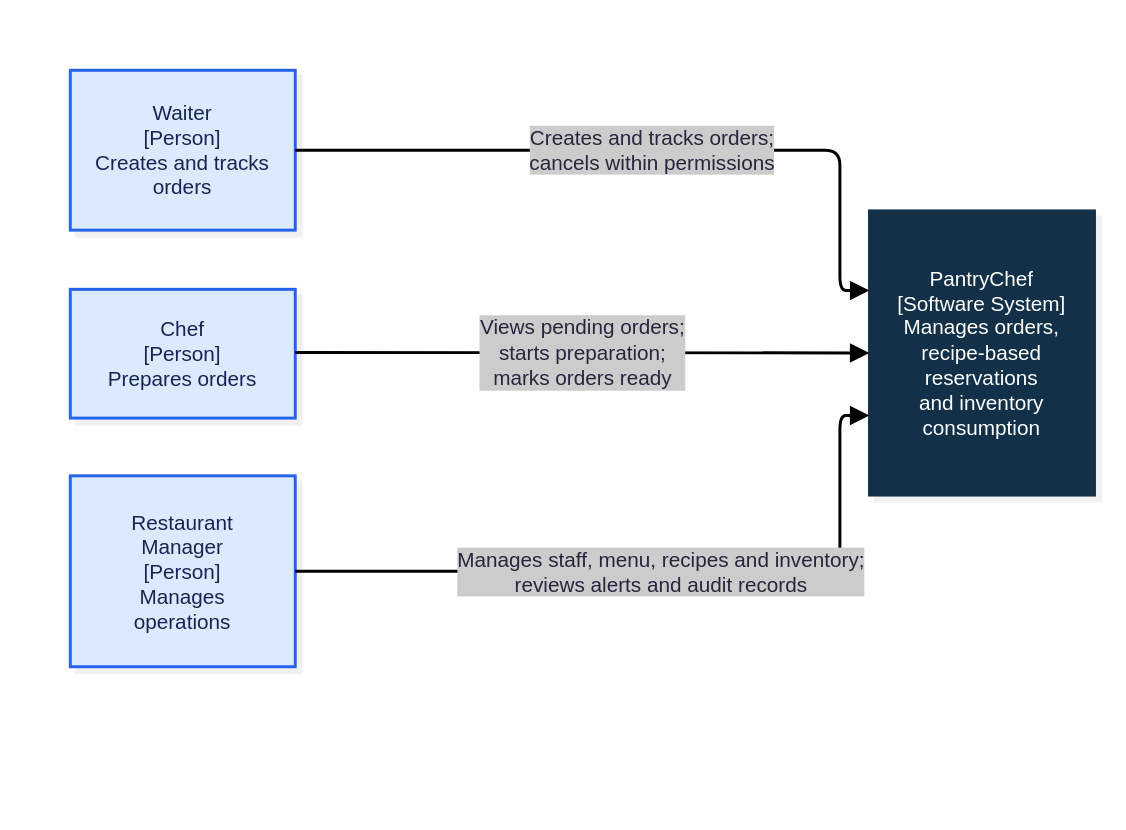
seng321-7th-team/PantryChef keeps this draw.io diagram as page "1 - Context" (1 of 3) of docs/architecture/c4/PantryChef_C4.drawio. Above is the earlier version. Source tidied: cells renumbered, new cells numbered last; positions are measured from the earlier drawing's top-left corner, leaving out a move shared by most shapes. Both pictures are drawn from the tidied source at 148%, with x=0, y=0 at pixel (25, 25).
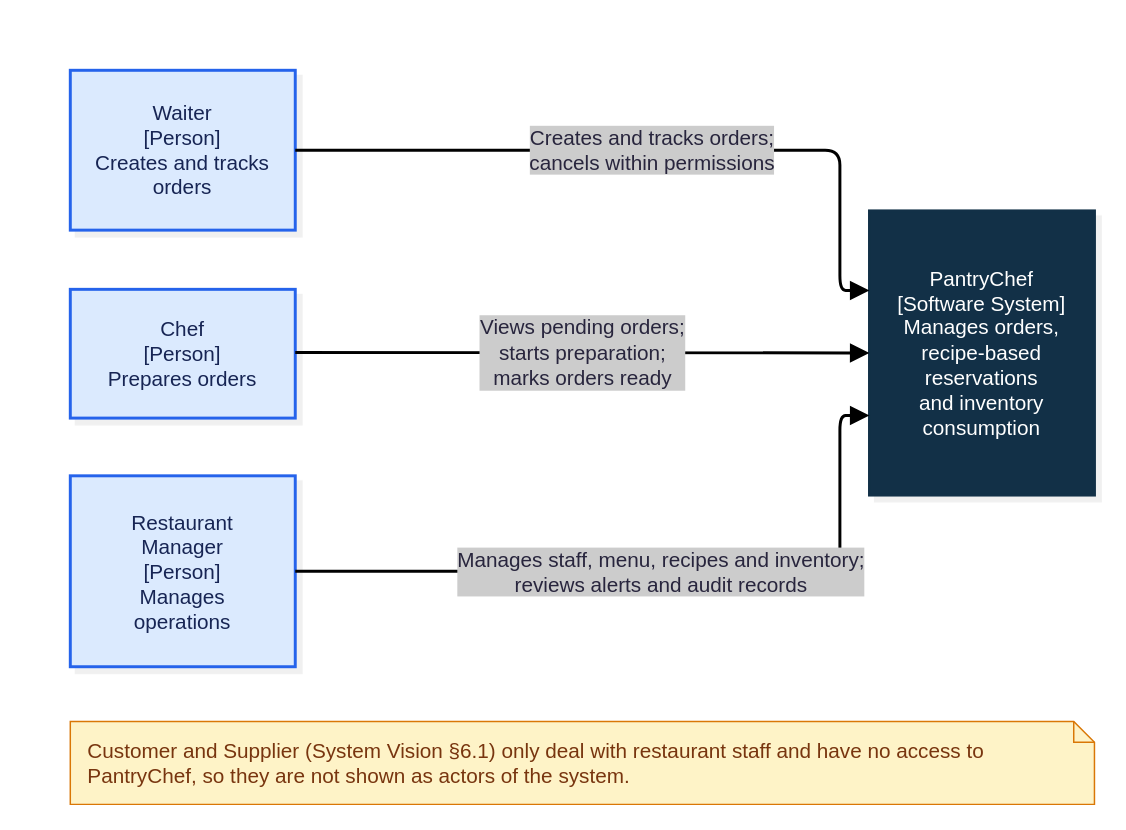
Above is the later version.

Diff of the diagram source:
```diff
@@
 <mxGraphModel>
   <root>
     <mxCell id="0" />
     <mxCell id="1" parent="0" />
     <mxCell id="2" style="group;transparentBounds=1;editIcon=1;lockedGroup=0;groupPadding=10;" parent="1" vertex="1">
       <mxGeometry as="geometry" />
     </mxCell>
     <mxCell id="3" value="Waiter&#10;[Person]&#10;Creates and tracks orders" style="html=1;whiteSpace=wrap;strokeWidth=2;fillColor=#dbeafe;strokeColor=#2563eb;fontColor=#172554;fontFamily=Recursive;fontSize=14;shadow=1;shadowColor=#000000;shadowOffsetX=4;shadowOffsetY=4;shadowBlur=0;shadowOpacity=6;labelWidth=120;" parent="2" vertex="1">
       <mxGeometry x="30" y="30" width="152" height="108" as="geometry" />
     </mxCell>
     <mxCell id="4" value="Chef&#10;[Person]&#10;Prepares orders" style="html=1;whiteSpace=wrap;strokeWidth=2;fillColor=#dbeafe;strokeColor=#2563eb;fontColor=#172554;fontFamily=Recursive;fontSize=14;shadow=1;shadowColor=#000000;shadowOffsetX=4;shadowOffsetY=4;shadowBlur=0;shadowOpacity=6;labelWidth=120;" parent="2" vertex="1">
       <mxGeometry x="30" y="178" width="152" height="87" as="geometry" />
     </mxCell>
     <mxCell id="5" value="Restaurant Manager&#10;[Person]&#10;Manages operations" style="html=1;whiteSpace=wrap;strokeWidth=2;fillColor=#dbeafe;strokeColor=#2563eb;fontColor=#172554;fontFamily=Recursive;fontSize=14;shadow=1;shadowColor=#000000;shadowOffsetX=4;shadowOffsetY=4;shadowBlur=0;shadowOpacity=6;labelWidth=120;" parent="2" vertex="1">
       <mxGeometry x="30" y="304" width="152" height="129" as="geometry" />
     </mxCell>
     <mxCell id="6" value="PantryChef&#10;[Software System]&#10;Manages orders, recipe-based reservations&#10;and inventory consumption" style="html=1;whiteSpace=wrap;strokeWidth=2;fillColor=#123047;strokeColor=#123047;fontColor=#ffffff;fontFamily=Recursive;fontSize=14;shadow=1;shadowColor=#000000;shadowOffsetX=4;shadowOffsetY=4;shadowBlur=0;shadowOpacity=6;labelWidth=120;" parent="2" vertex="1">
       <mxGeometry x="570" y="125" width="152" height="192" as="geometry" />
     </mxCell>
     <mxCell id="7" value="Creates and tracks orders;&#10;cancels within permissions" style="edgeStyle=orthogonalEdgeStyle;rounded=1;curved=0;startArrow=none;endArrow=block;endSize=8;jumpStyle=arc;jumpSize=12;strokeColor=#000000;html=1;fontSize=14;labelBackgroundColor=#cccccc;fontFamily=Recursive;fontColor=#28253D;exitX=1;exitY=0.5;entryX=0;entryY=0.28;strokeWidth=2;targetPerimeterSpacing=4;" parent="2" edge="1" source="3" target="6">
       <mxGeometry relative="1" as="geometry">
         <Array as="points">
           <mxPoint x="550" y="84" />
           <mxPoint x="550" y="178" />
         </Array>
       </mxGeometry>
     </mxCell>
     <mxCell id="8" value="Views pending orders;&#10;starts preparation;&#10;marks orders ready" style="edgeStyle=orthogonalEdgeStyle;rounded=1;curved=0;startArrow=none;endArrow=block;endSize=8;jumpStyle=arc;jumpSize=12;strokeColor=#000000;html=1;fontSize=14;labelBackgroundColor=#cccccc;fontFamily=Recursive;fontColor=#28253D;exitX=1;exitY=0.49;entryX=0;entryY=0.5;strokeWidth=2;targetPerimeterSpacing=4;" parent="2" edge="1" source="4" target="6">
       <mxGeometry relative="1" as="geometry" />
     </mxCell>
     <mxCell id="9" value="Manages staff, menu, recipes and inventory;&#10;reviews alerts and audit records" style="edgeStyle=orthogonalEdgeStyle;rounded=1;curved=0;startArrow=none;endArrow=block;endSize=8;jumpStyle=arc;jumpSize=12;strokeColor=#000000;html=1;fontSize=14;labelBackgroundColor=#cccccc;fontFamily=Recursive;fontColor=#28253D;exitX=1;exitY=0.5;entryX=0;entryY=0.72;strokeWidth=2;targetPerimeterSpacing=4;" parent="2" edge="1" source="5" target="6">
       <mxGeometry relative="1" as="geometry">
         <Array as="points">
           <mxPoint x="550" y="369" />
           <mxPoint x="550" y="264" />
         </Array>
       </mxGeometry>
     </mxCell>
+    <mxCell id="10" value="Customer and Supplier (System Vision §6.1) only deal with restaurant staff and have no access to PantryChef, so they are not shown as actors of the system." style="shape=note;whiteSpace=wrap;html=1;size=14;fillColor=#fef3c7;strokeColor=#d97706;fontColor=#78350f;fontSize=14;align=left;verticalAlign=middle;spacingLeft=10;spacingRight=10;" parent="1" vertex="1">
+      <mxGeometry x="30" y="470" width="692" height="56" as="geometry" />
+    </mxCell>
   </root>
 </mxGraphModel>
```
